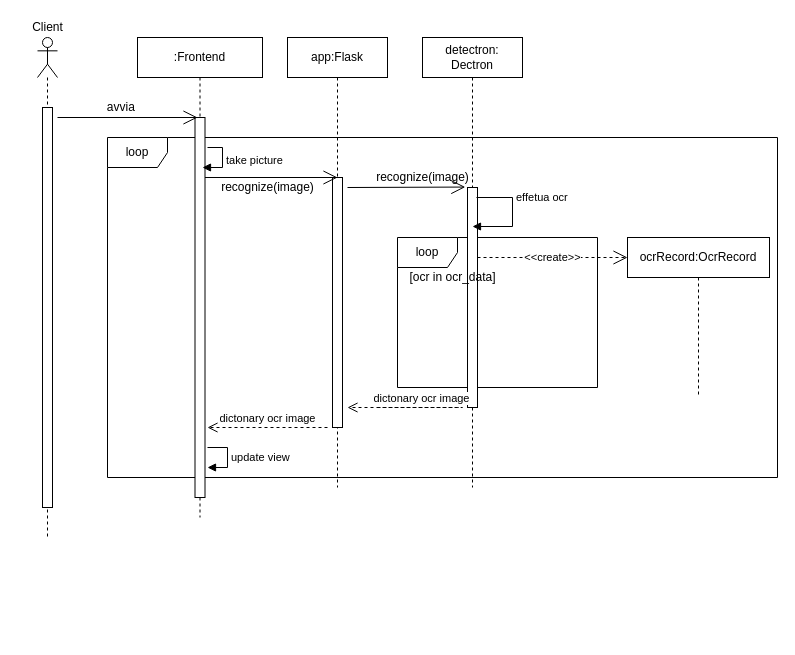
Above: report/uml_seq.drawio in Andrew-Wyn/ing_SW_DIL (draw.io), before the change. Source tidied: cells renumbered, new cells numbered last; positions are measured from the earlier drawing's top-left corner, leaving out a move shared by most shapes. Both pictures are drawn from the tidied source at 100%, with x=0, y=0 at pixel (22, 17).
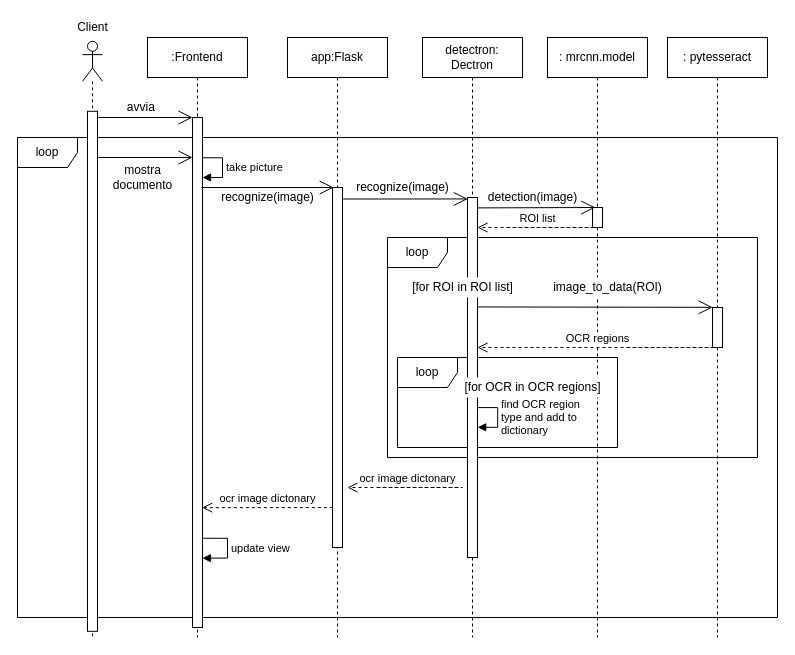
After the change.

Diff of the diagram source:
```diff
@@
     <mxCell id="2" value="loop" style="shape=umlFrame;whiteSpace=wrap;html=1;fillColor=#ffffff;gradientColor=none;" parent="1" vertex="1">
-      <mxGeometry x="85" y="120" width="670" height="340" as="geometry" />
+      <mxGeometry x="-5" y="120" width="760" height="480" as="geometry" />
     </mxCell>
     <mxCell id="3" value="loop" style="shape=umlFrame;whiteSpace=wrap;html=1;fillColor=#ffffff;swimlaneFillColor=none;gradientColor=none;" parent="1" vertex="1">
-      <mxGeometry x="375" y="220" width="200" height="150" as="geometry" />
+      <mxGeometry x="365" y="220" width="370" height="220" as="geometry" />
     </mxCell>
+    <mxCell id="27" value="loop" style="shape=umlFrame;whiteSpace=wrap;html=1;fillColor=#ffffff;swimlaneFillColor=none;gradientColor=none;" parent="1" vertex="1">
+      <mxGeometry x="375" y="340" width="220" height="90" as="geometry" />
+    </mxCell>
     <mxCell id="4" value=":Frontend" style="shape=umlLifeline;perimeter=lifelinePerimeter;whiteSpace=wrap;html=1;size=40;" parent="1" vertex="1">
-      <mxGeometry x="115" y="20" width="125" height="480" as="geometry" />
+      <mxGeometry x="125" y="20" width="100" height="600" as="geometry" />
     </mxCell>
     <mxCell id="5" style="html=1;points=[];perimeter=orthogonalPerimeter;" parent="4" vertex="1">
-      <mxGeometry x="57.5" y="80" width="10" height="380" as="geometry" />
+      <mxGeometry x="45" y="80" width="10" height="510" as="geometry" />
     </mxCell>
-    <mxCell id="6" value="dictonary ocr image" style="html=1;verticalAlign=bottom;endArrow=open;dashed=1;endSize=8;" parent="4" edge="1">
-      <mxGeometry relative="1" as="geometry">
-        <mxPoint x="190" y="390" as="sourcePoint" />
-        <mxPoint x="70" y="390" as="targetPoint" />
-      </mxGeometry>
-    </mxCell>
-    <mxCell id="7" style="shape=umlLifeline;participant=umlActor;perimeter=lifelinePerimeter;whiteSpace=wrap;html=1;verticalAlign=top;spacingTop=36;labelBackgroundColor=#ffffff;" parent="1" vertex="1">
-      <mxGeometry x="15" y="20" width="20" height="500" as="geometry" />
-    </mxCell>
-    <mxCell id="8" style="html=1;perimeter=orthogonalPerimeter;" parent="7" vertex="1">
-      <mxGeometry x="5" y="70" width="10" height="400" as="geometry" />
-    </mxCell>
-    <mxCell id="9" style="endArrow=open;endFill=1;endSize=12;html=1;" parent="7" edge="1">
-      <mxGeometry relative="1" as="geometry">
-        <mxPoint x="20" y="80" as="sourcePoint" />
-        <mxPoint x="160" y="80" as="targetPoint" />
-      </mxGeometry>
-    </mxCell>
+    <mxCell id="18" value="update view" style="edgeStyle=orthogonalEdgeStyle;html=1;align=left;spacingLeft=2;endArrow=block;rounded=0;entryX=0.996;entryY=0.864;exitX=1.069;exitY=0.825;exitDx=0;exitDy=0;exitPerimeter=0;entryDx=0;entryDy=0;entryPerimeter=0;" parent="4" edge="1" source="5" target="5">
+      <mxGeometry relative="1" as="geometry">
+        <Array as="points">
+          <mxPoint x="80" y="501" />
+          <mxPoint x="80" y="521" />
+        </Array>
+      </mxGeometry>
+    </mxCell>
     <mxCell id="10" value="detectron: Dectron" style="shape=umlLifeline;perimeter=lifelinePerimeter;whiteSpace=wrap;html=1;" parent="1" vertex="1">
-      <mxGeometry x="400" y="20" width="100" height="450" as="geometry" />
+      <mxGeometry x="400" y="20" width="100" height="600" as="geometry" />
     </mxCell>
     <mxCell id="11" style="html=1;points=[];perimeter=orthogonalPerimeter;" parent="10" vertex="1">
-      <mxGeometry x="45" y="150" width="10" height="220" as="geometry" />
+      <mxGeometry x="45" y="160" width="10" height="360" as="geometry" />
     </mxCell>
-    <mxCell id="12" value="&amp;lt;&amp;lt;create&amp;gt;&amp;gt;" style="endArrow=open;endSize=12;dashed=1;html=1;" parent="10" edge="1" source="11">
-      <mxGeometry relative="1" as="geometry">
-        <mxPoint x="205" y="220" as="targetPoint" />
-      </mxGeometry>
-    </mxCell>
     <mxCell id="13" value="recognize(image)" style="text;html=1;align=center;verticalAlign=middle;" parent="1" vertex="1">
-      <mxGeometry x="345" y="150" width="110" height="20" as="geometry" />
+      <mxGeometry x="325" y="160" width="110" height="20" as="geometry" />
     </mxCell>
-    <mxCell id="14" value="[ocr in ocr_data]" style="text;html=1;align=center;verticalAlign=middle;" parent="1" vertex="1">
-      <mxGeometry x="380" y="250" width="100" height="20" as="geometry" />
+    <mxCell id="14" value="[for ROI in ROI list]" style="text;html=1;align=center;verticalAlign=middle;fillColor=#ffffff;" parent="1" vertex="1">
+      <mxGeometry x="380" y="260" width="120" height="20" as="geometry" />
     </mxCell>
-    <mxCell id="15" value="ocrRecord:OcrRecord" style="shape=umlLifeline;perimeter=lifelinePerimeter;whiteSpace=wrap;html=1;fillColor=#ffffff;gradientColor=none;" parent="1" vertex="1">
-      <mxGeometry x="605" y="220" width="142" height="160" as="geometry" />
-    </mxCell>
-    <mxCell id="16" value="effetua ocr" style="edgeStyle=orthogonalEdgeStyle;html=1;align=left;spacingLeft=2;endArrow=block;rounded=0;" parent="1" edge="1">
-      <mxGeometry x="-0.31" relative="1" as="geometry">
-        <mxPoint x="454" y="180" as="sourcePoint" />
-        <mxPoint x="450" y="209" as="targetPoint" />
-        <Array as="points">
-          <mxPoint x="490" y="180" />
-          <mxPoint x="490" y="209" />
-        </Array>
-      </mxGeometry>
-    </mxCell>
-    <mxCell id="17" value="dictonary ocr image" style="html=1;verticalAlign=bottom;endArrow=open;dashed=1;endSize=8;" parent="1" edge="1">
-      <mxGeometry x="-0.58" relative="1" as="geometry">
-        <mxPoint x="355" y="390" as="sourcePoint" />
-        <mxPoint x="325" y="390" as="targetPoint" />
+    <mxCell id="17" value="ocr image dictonary" style="html=1;verticalAlign=bottom;endArrow=open;dashed=1;endSize=8;" parent="1" edge="1">
+      <mxGeometry x="-0.71" relative="1" as="geometry">
+        <mxPoint x="355" y="470" as="sourcePoint" />
+        <mxPoint x="325" y="470" as="targetPoint" />
         <Array as="points">
-          <mxPoint x="445" y="390" />
+          <mxPoint x="445" y="470" />
         </Array>
       </mxGeometry>
     </mxCell>
-    <mxCell id="18" value="update view" style="edgeStyle=orthogonalEdgeStyle;html=1;align=left;spacingLeft=2;endArrow=block;rounded=0;entryX=1;entryY=0;" parent="1" edge="1">
-      <mxGeometry relative="1" as="geometry">
-        <mxPoint x="185" y="430" as="sourcePoint" />
-        <mxPoint x="185" y="450" as="targetPoint" />
-        <Array as="points">
-          <mxPoint x="205" y="430" />
-          <mxPoint x="205" y="450" />
-        </Array>
-      </mxGeometry>
-    </mxCell>
-    <mxCell id="19" value="take picture" style="edgeStyle=orthogonalEdgeStyle;html=1;align=left;spacingLeft=2;endArrow=block;rounded=0;entryX=1;entryY=0;" parent="1" edge="1">
+    <mxCell id="19" value="take picture" style="edgeStyle=orthogonalEdgeStyle;html=1;align=left;spacingLeft=2;endArrow=block;rounded=0;entryX=1;entryY=0;exitX=0.98;exitY=0.079;exitDx=0;exitDy=0;exitPerimeter=0;" parent="1" edge="1" source="5">
       <mxGeometry relative="1" as="geometry">
-        <mxPoint x="185" y="130" as="sourcePoint" />
-        <mxPoint x="180" y="150" as="targetPoint" />
+        <mxPoint x="180" y="160" as="targetPoint" />
         <Array as="points">
-          <mxPoint x="200" y="130" />
-          <mxPoint x="200" y="150" />
+          <mxPoint x="200" y="140" />
+          <mxPoint x="200" y="160" />
         </Array>
       </mxGeometry>
     </mxCell>
     <mxCell id="20" value="app:Flask" style="shape=umlLifeline;perimeter=lifelinePerimeter;whiteSpace=wrap;html=1;fillColor=#ffffff;gradientColor=none;" parent="1" vertex="1">
-      <mxGeometry x="265" y="20" width="100" height="450" as="geometry" />
+      <mxGeometry x="265" y="20" width="100" height="600" as="geometry" />
     </mxCell>
     <mxCell id="21" style="html=1;points=[];perimeter=orthogonalPerimeter;fillColor=#ffffff;gradientColor=none;" parent="20" vertex="1">
-      <mxGeometry x="45" y="140" width="10" height="250" as="geometry" />
+      <mxGeometry x="45" y="150" width="10" height="360" as="geometry" />
     </mxCell>
-    <mxCell id="22" style="endArrow=open;endFill=1;endSize=12;html=1;entryX=-0.22;entryY=-0.002;entryDx=0;entryDy=0;entryPerimeter=0;" parent="1" edge="1" target="11">
-      <mxGeometry relative="1" as="geometry">
-        <mxPoint x="325" y="170" as="sourcePoint" />
-      </mxGeometry>
-    </mxCell>
     <mxCell id="23" style="endArrow=open;endFill=1;endSize=12;html=1;" parent="1" edge="1">
       <mxGeometry relative="1" as="geometry">
-        <mxPoint x="182.5" y="160" as="sourcePoint" />
-        <mxPoint x="315" y="160" as="targetPoint" />
+        <mxPoint x="178.8" y="170" as="sourcePoint" />
+        <mxPoint x="311.2" y="170" as="targetPoint" />
       </mxGeometry>
     </mxCell>
     <mxCell id="24" value="recognize(image)" style="text;html=1;align=center;verticalAlign=middle;" parent="1" vertex="1">
-      <mxGeometry x="190" y="160" width="110" height="20" as="geometry" />
+      <mxGeometry x="190" y="170" width="110" height="20" as="geometry" />
     </mxCell>
     <mxCell id="25" value="avvia&amp;nbsp;" style="text;html=1;align=center;verticalAlign=middle;" parent="1" vertex="1">
-      <mxGeometry x="75" y="80" width="50" height="20" as="geometry" />
+      <mxGeometry x="95" y="80" width="50" height="20" as="geometry" />
     </mxCell>
+    <mxCell id="28" style="group;" parent="1" vertex="1">
+      <mxGeometry x="45" width="50" height="620" as="geometry" />
+    </mxCell>
+    <mxCell id="7" style="shape=umlLifeline;participant=umlActor;perimeter=lifelinePerimeter;whiteSpace=wrap;html=1;verticalAlign=top;spacingTop=36;labelBackgroundColor=#ffffff;" parent="28" vertex="1">
+      <mxGeometry x="15" y="23.8" width="20" height="596.2" as="geometry" />
+    </mxCell>
+    <mxCell id="8" style="html=1;perimeter=orthogonalPerimeter;" parent="7" vertex="1">
+      <mxGeometry x="5" y="70" width="10" height="520" as="geometry" />
+    </mxCell>
-    <mxCell id="26" value="Client" style="text;html=1;align=center;verticalAlign=middle;" parent="1" vertex="1">
+    <mxCell id="26" value="Client" style="text;html=1;align=center;verticalAlign=middle;" parent="28" vertex="1">
       <mxGeometry width="50" height="20" as="geometry" />
     </mxCell>
+    <mxCell id="9" style="endArrow=open;endFill=1;endSize=12;html=1;" parent="28" edge="1">
+      <mxGeometry relative="1" as="geometry">
+        <mxPoint x="30" y="100" as="sourcePoint" />
+        <mxPoint x="125" y="100" as="targetPoint" />
+      </mxGeometry>
+    </mxCell>
+    <mxCell id="29" value=": mrcnn.model" style="shape=umlLifeline;perimeter=lifelinePerimeter;whiteSpace=wrap;html=1;" parent="1" vertex="1">
+      <mxGeometry x="525" y="20" width="100" height="600" as="geometry" />
+    </mxCell>
+    <mxCell id="30" style="html=1;perimeter=orthogonalPerimeter;" parent="29" vertex="1">
+      <mxGeometry x="45" y="170" width="10" height="20" as="geometry" />
+    </mxCell>
+    <mxCell id="31" style="endArrow=open;endFill=1;endSize=12;html=1;entryX=-0.22;entryY=-0.002;entryDx=0;entryDy=0;entryPerimeter=0;" parent="1" edge="1">
+      <mxGeometry relative="1" as="geometry">
+        <mxPoint x="455" y="190.4" as="sourcePoint" />
+        <mxPoint x="572.8" y="190" as="targetPoint" />
+      </mxGeometry>
+    </mxCell>
+    <mxCell id="32" value="detection(image)" style="text;html=1;align=center;verticalAlign=middle;" parent="1" vertex="1">
+      <mxGeometry x="460" y="170" width="100" height="20" as="geometry" />
+    </mxCell>
+    <mxCell id="33" value="ROI list" style="html=1;verticalAlign=bottom;endArrow=open;dashed=1;endSize=8;" parent="1" edge="1">
+      <mxGeometry x="-0.71" relative="1" as="geometry">
+        <mxPoint x="485" y="210" as="sourcePoint" />
+        <mxPoint x="455" y="210" as="targetPoint" />
+        <Array as="points">
+          <mxPoint x="575" y="210" />
+        </Array>
+      </mxGeometry>
+    </mxCell>
+    <mxCell id="34" value=": pytesseract" style="shape=umlLifeline;perimeter=lifelinePerimeter;whiteSpace=wrap;html=1;" parent="1" vertex="1">
+      <mxGeometry x="645" y="20" width="100" height="600" as="geometry" />
+    </mxCell>
+    <mxCell id="35" style="html=1;points=[];perimeter=orthogonalPerimeter;fillColor=#ffffff;" parent="34" vertex="1">
+      <mxGeometry x="45" y="270" width="10" height="40" as="geometry" />
+    </mxCell>
+    <mxCell id="36" style="endArrow=open;endFill=1;endSize=12;html=1;entryX=0.012;entryY=-0.004;entryDx=0;entryDy=0;entryPerimeter=0;exitX=1.059;exitY=0.304;exitDx=0;exitDy=0;exitPerimeter=0;" parent="1" edge="1" source="11" target="35">
+      <mxGeometry relative="1" as="geometry" />
+    </mxCell>
+    <mxCell id="6" value="ocr image dictonary" style="html=1;verticalAlign=bottom;endArrow=open;dashed=1;endSize=8;entryX=0.968;entryY=0.765;entryDx=0;entryDy=0;entryPerimeter=0;exitX=0.037;exitY=0.889;exitDx=0;exitDy=0;exitPerimeter=0;" parent="1" edge="1" source="21" target="5">
+      <mxGeometry relative="1" as="geometry" />
+    </mxCell>
+    <mxCell id="37" style="endArrow=open;endFill=1;endSize=12;html=1;" parent="1" edge="1">
+      <mxGeometry relative="1" as="geometry">
+        <mxPoint x="75" y="140" as="sourcePoint" />
+        <mxPoint x="170" y="140" as="targetPoint" />
+      </mxGeometry>
+    </mxCell>
+    <mxCell id="38" style="endArrow=open;endFill=1;endSize=12;html=1;exitX=1.067;exitY=0.032;exitDx=0;exitDy=0;exitPerimeter=0;entryX=0.033;entryY=0.004;entryDx=0;entryDy=0;entryPerimeter=0;" parent="1" edge="1" source="21" target="11">
+      <mxGeometry relative="1" as="geometry" />
+    </mxCell>
+    <mxCell id="39" value="mostra&lt;br&gt;documento" style="text;html=1;align=center;verticalAlign=middle;fillColor=#ffffff;" parent="1" vertex="1">
+      <mxGeometry x="85" y="145" width="70" height="30" as="geometry" />
+    </mxCell>
+    <mxCell id="40" value="image_to_data(ROI)" style="text;html=1;align=center;verticalAlign=middle;fillColor=#ffffff;" parent="1" vertex="1">
+      <mxGeometry x="525" y="260" width="120" height="20" as="geometry" />
+    </mxCell>
+    <mxCell id="41" value="OCR regions" style="html=1;verticalAlign=bottom;endArrow=open;dashed=1;endSize=8;" parent="1" edge="1" target="11">
+      <mxGeometry x="0.27" relative="1" as="geometry">
+        <mxPoint x="605" y="330" as="sourcePoint" />
+        <Array as="points">
+          <mxPoint x="695" y="330" />
+        </Array>
+      </mxGeometry>
+    </mxCell>
+    <mxCell id="42" value="find OCR region &lt;br&gt;type and add to&lt;br&gt;dictionary" style="edgeStyle=orthogonalEdgeStyle;html=1;align=left;spacingLeft=2;endArrow=block;rounded=0;entryX=1;entryY=0;exitX=0.98;exitY=0.079;exitDx=0;exitDy=0;exitPerimeter=0;" parent="1" edge="1">
+      <mxGeometry relative="1" as="geometry">
+        <mxPoint x="455" y="390.1" as="sourcePoint" />
+        <mxPoint x="455.2" y="409.8" as="targetPoint" />
+        <Array as="points">
+          <mxPoint x="475.2" y="389.8" />
+          <mxPoint x="475.2" y="409.8" />
+        </Array>
+      </mxGeometry>
+    </mxCell>
+    <mxCell id="43" value="[for OCR in OCR regions]" style="text;html=1;align=center;verticalAlign=middle;fillColor=#ffffff;" parent="1" vertex="1">
+      <mxGeometry x="435" y="360" width="150" height="20" as="geometry" />
+    </mxCell>
```
